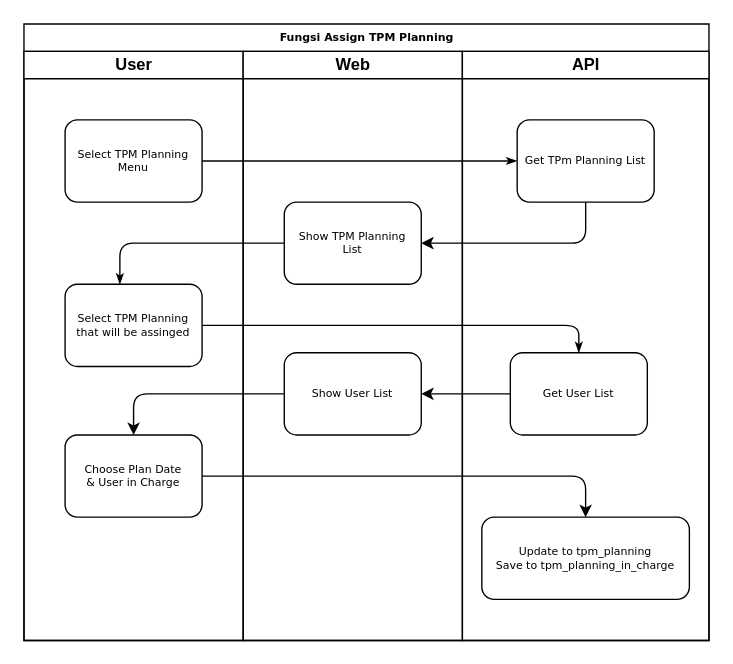
alqaj/diagrams keeps this draw.io diagram as page "Assign TPM Planning" (12 of 17) of ERD/TPM System Flow.drawio. Above is the earlier version. Source tidied: cells renumbered, new cells numbered last; positions are measured from the earlier drawing's top-left corner, leaving out a move shared by most shapes. Both pictures are drawn from the tidied source at 137%, with x=0, y=0 at pixel (23, 23).
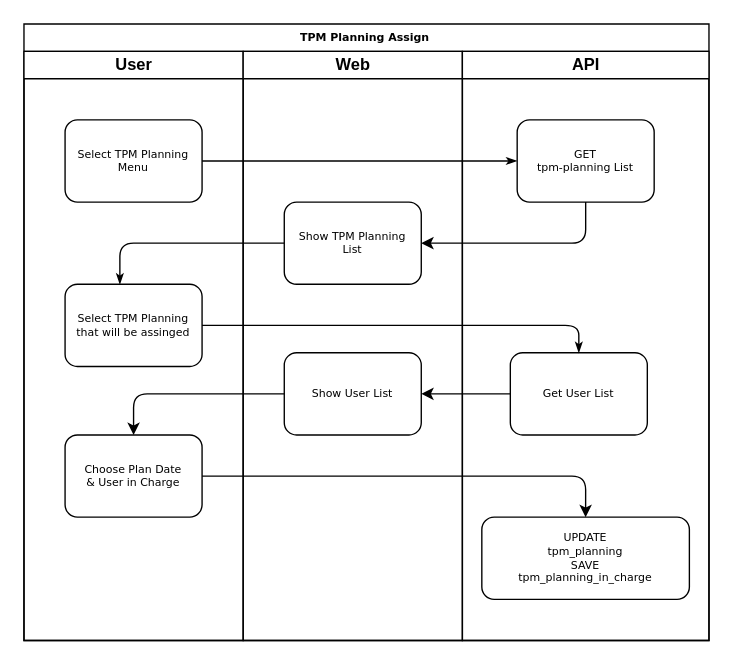
The same page after the edit.

Unchanged cells that the change refers to:
```xml
<mxCell id="12" value="API" style="swimlane;html=1;startSize=20;" parent="2" vertex="1">
  <mxGeometry x="320" y="20" width="180" height="430" as="geometry" />
</mxCell>
```

Diff of the diagram source:
```diff
@@
-    <mxCell id="2" value="Fungsi Assign TPM Planning" style="swimlane;html=1;startSize=20;rounded=0;shadow=0;labelBackgroundColor=none;strokeWidth=1;fontFamily=Verdana;fontSize=8;align=center;" parent="1" vertex="1">
+    <mxCell id="2" value="TPM Planning Assign&amp;nbsp;" style="swimlane;html=1;startSize=20;rounded=0;shadow=0;labelBackgroundColor=none;strokeWidth=1;fontFamily=Verdana;fontSize=8;align=center;" parent="1" vertex="1">
       <mxGeometry width="500" height="450" as="geometry" />
     </mxCell>
@@
-    <mxCell id="14" value="Update to tpm_planning&lt;br&gt;Save to tpm_planning_in_charge" style="rounded=1;whiteSpace=wrap;html=1;shadow=0;labelBackgroundColor=none;strokeWidth=1;fontFamily=Verdana;fontSize=8;align=center;" parent="12" vertex="1">
+    <mxCell id="14" value="UPDATE&lt;br&gt;tpm_planning&lt;br&gt;SAVE&lt;br&gt;tpm_planning_in_charge" style="rounded=1;whiteSpace=wrap;html=1;shadow=0;labelBackgroundColor=none;strokeWidth=1;fontFamily=Verdana;fontSize=8;align=center;" parent="12" vertex="1">
       <mxGeometry x="14.2" y="340" width="151.5" height="60" as="geometry" />
     </mxCell>
-    <mxCell id="15" value="Get TPm Planning List" style="rounded=1;whiteSpace=wrap;html=1;shadow=0;labelBackgroundColor=none;strokeWidth=1;fontFamily=Verdana;fontSize=8;align=center;" parent="12" vertex="1">
+    <mxCell id="15" value="GET &lt;br&gt;tpm-planning List" style="rounded=1;whiteSpace=wrap;html=1;shadow=0;labelBackgroundColor=none;strokeWidth=1;fontFamily=Verdana;fontSize=8;align=center;" parent="12" vertex="1">
       <mxGeometry x="40" y="50" width="100" height="60" as="geometry" />
     </mxCell>
```
